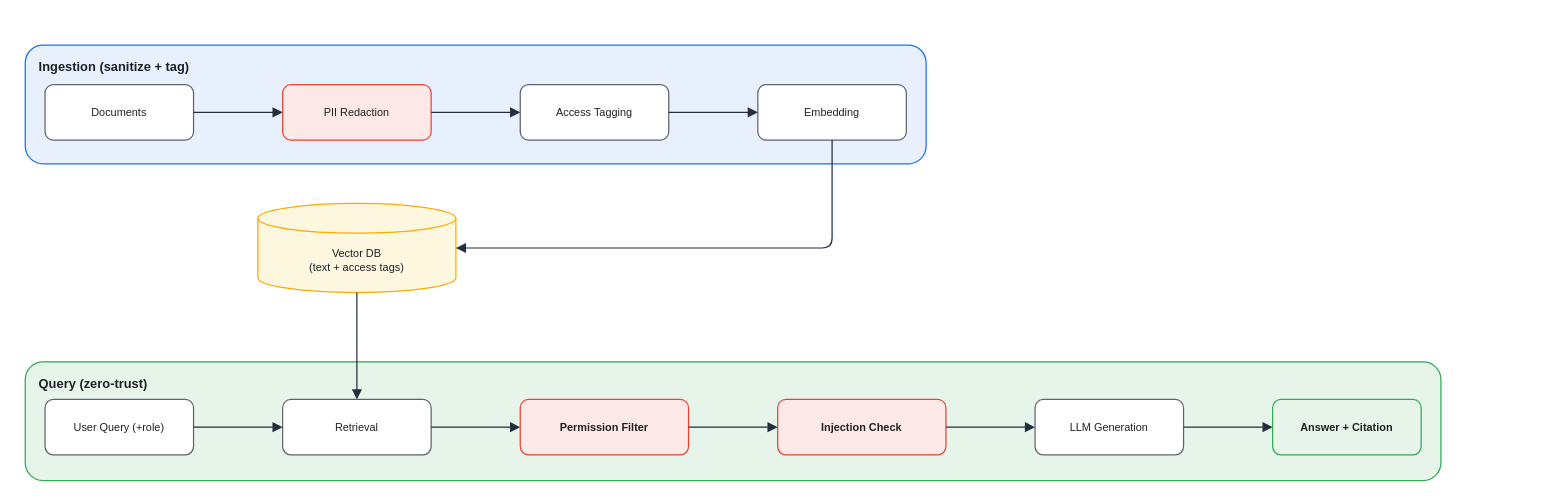
The draw.io diagram assets/img/ai/rag-05-secure-rag-flow.drawio in KKamJi98/kkamji98.github.io, before the edit. Source tidied: cells renumbered, new cells numbered last; positions are measured from the earlier drawing's top-left corner, leaving out a move shared by most shapes. Both pictures are drawn from the tidied source at 99%, with x=0, y=0 at pixel (25, 45).
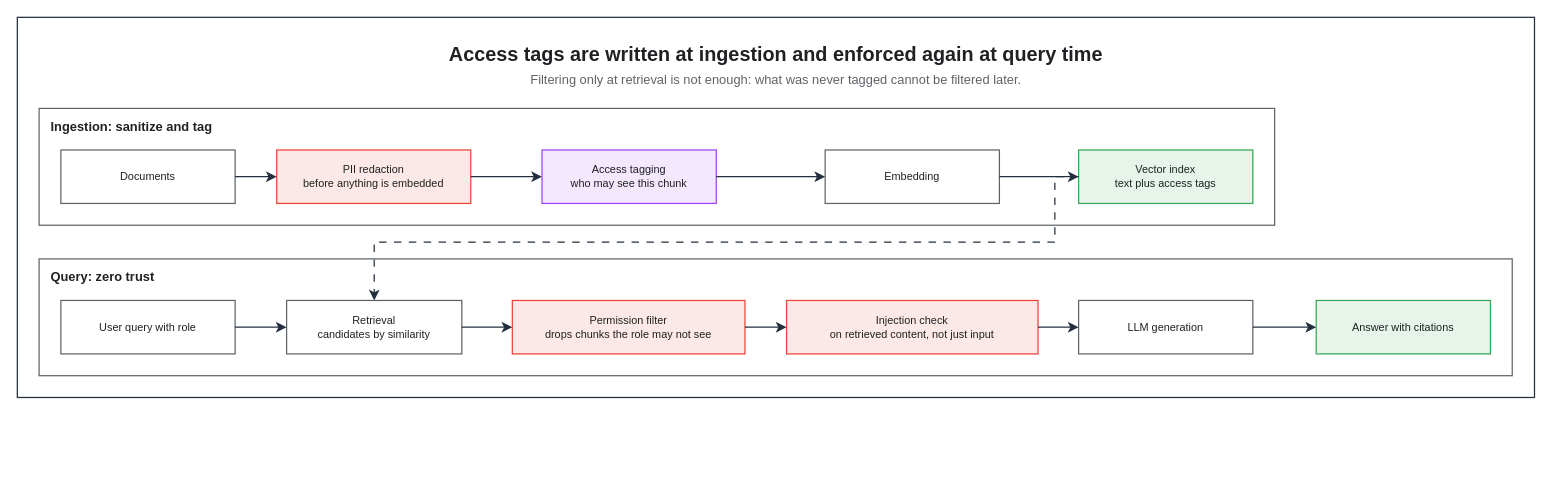
The same page after the edit.

Change to the diagram source:
```diff
@@
-    <mxCell id="2" value="Ingestion (sanitize + tag)" style="rounded=1;html=0;fillColor=#E8F0FE;strokeColor=#1A73E8;verticalAlign=top;align=left;fontStyle=1;fontSize=13;fontColor=#202124;spacingLeft=12;spacingTop=8;shadow=0;strokeWidth=1.25;" parent="1" vertex="1">
-      <mxGeometry width="910" height="120" as="geometry" />
-    </mxCell>
-    <mxCell id="3" value="Query (zero-trust)" style="rounded=1;html=0;fillColor=#E6F4EA;strokeColor=#34A853;verticalAlign=top;align=left;fontStyle=1;fontSize=13;fontColor=#202124;spacingLeft=12;spacingTop=8;shadow=0;strokeWidth=1.25;" parent="1" vertex="1">
-      <mxGeometry y="320" width="1430" height="120" as="geometry" />
-    </mxCell>
+    <mxCell id="25" style="rounded=0;html=0;fillColor=none;strokeColor=#232F3E;fontColor=#202124;strokeWidth=1.25;" parent="1" vertex="1">
+      <mxGeometry x="-8" y="-28" width="1532.5" height="384" as="geometry" />
+    </mxCell>
+    <mxCell id="26" value="Access tags are written at ingestion and enforced again at query time" style="text;html=0;whiteSpace=wrap;fillColor=none;strokeColor=none;fontColor=#202124;fontSize=20;fontStyle=1;align=center;verticalAlign=middle;" parent="1" vertex="1">
+      <mxGeometry x="14" y="-6" width="1488.5" height="30" as="geometry" />
+    </mxCell>
+    <mxCell id="27" value="Filtering only at retrieval is not enough: what was never tagged cannot be filtered later." style="text;html=0;whiteSpace=wrap;fillColor=none;strokeColor=none;fontColor=#5F6368;fontSize=13;fontStyle=0;align=center;verticalAlign=middle;" parent="1" vertex="1">
+      <mxGeometry x="14" y="24" width="1488.5" height="22" as="geometry" />
+    </mxCell>
+    <mxCell id="28" value="Ingestion: sanitize and tag" style="rounded=0;whiteSpace=wrap;html=0;fillColor=none;strokeColor=#5F6368;fontColor=#202124;fontSize=13;fontStyle=1;align=left;verticalAlign=top;spacingLeft=10;spacingTop=4;strokeWidth=1.25;dashed=0;" parent="1" vertex="1">
+      <mxGeometry x="14" y="64" width="1248" height="118" as="geometry" />
+    </mxCell>
+    <mxCell id="29" value="Query: zero trust" style="rounded=0;whiteSpace=wrap;html=0;fillColor=none;strokeColor=#5F6368;fontColor=#202124;fontSize=13;fontStyle=1;align=left;verticalAlign=top;spacingLeft=10;spacingTop=4;strokeWidth=1.25;dashed=0;" parent="1" vertex="1">
+      <mxGeometry x="14" y="216" width="1488" height="118" as="geometry" />
+    </mxCell>
-    <mxCell id="4" value="Documents" style="rounded=1;whiteSpace=wrap;html=0;fillColor=#FFFFFF;strokeColor=#5F6368;shadow=0;fontSize=11;fontColor=#202124;strokeWidth=1.25;" parent="1" vertex="1">
-      <mxGeometry x="20" y="40" width="150" height="56" as="geometry" />
+    <mxCell id="4" value="Documents" style="rounded=0;whiteSpace=wrap;html=0;fillColor=#FFFFFF;strokeColor=#5F6368;fontColor=#202124;fontSize=11;fontStyle=0;align=center;verticalAlign=middle;spacingLeft=6;spacingRight=6;strokeWidth=1.25;" parent="1" vertex="1">
+      <mxGeometry x="36" y="106" width="176" height="54" as="geometry" />
     </mxCell>
-    <mxCell id="5" value="PII Redaction" style="rounded=1;whiteSpace=wrap;html=0;fillColor=#FCE8E6;strokeColor=#EA4335;shadow=0;fontSize=11;fontColor=#202124;strokeWidth=1.25;" parent="1" vertex="1">
-      <mxGeometry x="260" y="40" width="150" height="56" as="geometry" />
+    <mxCell id="5" value="PII redaction&#10;before anything is embedded" style="rounded=0;whiteSpace=wrap;html=0;fillColor=#FCE8E6;strokeColor=#EA4335;fontColor=#202124;fontSize=11;fontStyle=0;align=center;verticalAlign=middle;spacingLeft=6;spacingRight=6;strokeWidth=1.25;" parent="1" vertex="1">
+      <mxGeometry x="254" y="106" width="196" height="54" as="geometry" />
     </mxCell>
-    <mxCell id="6" value="Access Tagging" style="rounded=1;whiteSpace=wrap;html=0;fillColor=#FFFFFF;strokeColor=#5F6368;shadow=0;fontSize=11;fontColor=#202124;strokeWidth=1.25;" parent="1" vertex="1">
-      <mxGeometry x="500" y="40" width="150" height="56" as="geometry" />
+    <mxCell id="6" value="Access tagging&#10;who may see this chunk" style="rounded=0;whiteSpace=wrap;html=0;fillColor=#F3E8FD;strokeColor=#A142F4;fontColor=#202124;fontSize=11;fontStyle=0;align=center;verticalAlign=middle;spacingLeft=6;spacingRight=6;strokeWidth=1.25;" parent="1" vertex="1">
+      <mxGeometry x="522" y="106" width="176" height="54" as="geometry" />
     </mxCell>
-    <mxCell id="7" value="Embedding" style="rounded=1;whiteSpace=wrap;html=0;fillColor=#FFFFFF;strokeColor=#5F6368;shadow=0;fontSize=11;fontColor=#202124;strokeWidth=1.25;" parent="1" vertex="1">
-      <mxGeometry x="740" y="40" width="150" height="56" as="geometry" />
+    <mxCell id="7" value="Embedding" style="rounded=0;whiteSpace=wrap;html=0;fillColor=#FFFFFF;strokeColor=#5F6368;fontColor=#202124;fontSize=11;fontStyle=0;align=center;verticalAlign=middle;spacingLeft=6;spacingRight=6;strokeWidth=1.25;" parent="1" vertex="1">
+      <mxGeometry x="808" y="106" width="176" height="54" as="geometry" />
     </mxCell>
-    <mxCell id="8" value="Vector DB&#10;(text + access tags)" style="shape=cylinder3;whiteSpace=wrap;html=0;fillColor=#FEF7E0;strokeColor=#F9AB00;shadow=0;fontSize=11;fontColor=#202124;boundedLbl=1;strokeWidth=1.25;" parent="1" vertex="1">
-      <mxGeometry x="235" y="160" width="200" height="90" as="geometry" />
+    <mxCell id="8" value="Vector index&#10;text plus access tags" style="rounded=0;whiteSpace=wrap;html=0;fillColor=#E6F4EA;strokeColor=#34A853;fontColor=#202124;fontSize=11;fontStyle=0;align=center;verticalAlign=middle;spacingLeft=6;spacingRight=6;strokeWidth=1.25;" parent="1" vertex="1">
+      <mxGeometry x="1064" y="106" width="176" height="54" as="geometry" />
     </mxCell>
-    <mxCell id="9" value="User Query (+role)" style="rounded=1;whiteSpace=wrap;html=0;fillColor=#FFFFFF;strokeColor=#5F6368;shadow=0;fontSize=11;fontColor=#202124;strokeWidth=1.25;" parent="1" vertex="1">
-      <mxGeometry x="20" y="358" width="150" height="56" as="geometry" />
+    <mxCell id="9" value="User query with role" style="rounded=0;whiteSpace=wrap;html=0;fillColor=#FFFFFF;strokeColor=#5F6368;fontColor=#202124;fontSize=11;fontStyle=0;align=center;verticalAlign=middle;spacingLeft=6;spacingRight=6;strokeWidth=1.25;" parent="1" vertex="1">
+      <mxGeometry x="36" y="258" width="176" height="54" as="geometry" />
     </mxCell>
-    <mxCell id="10" value="Retrieval" style="rounded=1;whiteSpace=wrap;html=0;fillColor=#FFFFFF;strokeColor=#5F6368;shadow=0;fontSize=11;fontColor=#202124;strokeWidth=1.25;" parent="1" vertex="1">
-      <mxGeometry x="260" y="358" width="150" height="56" as="geometry" />
+    <mxCell id="10" value="Retrieval&#10;candidates by similarity" style="rounded=0;whiteSpace=wrap;html=0;fillColor=#FFFFFF;strokeColor=#5F6368;fontColor=#202124;fontSize=11;fontStyle=0;align=center;verticalAlign=middle;spacingLeft=6;spacingRight=6;strokeWidth=1.25;" parent="1" vertex="1">
+      <mxGeometry x="264" y="258" width="177" height="54" as="geometry" />
     </mxCell>
-    <mxCell id="11" value="Permission Filter" style="rounded=1;whiteSpace=wrap;html=0;fillColor=#FCE8E6;strokeColor=#EA4335;shadow=0;fontSize=11;fontColor=#202124;fontStyle=1;strokeWidth=1.25;" parent="1" vertex="1">
-      <mxGeometry x="500" y="358" width="170" height="56" as="geometry" />
+    <mxCell id="11" value="Permission filter&#10;drops chunks the role may not see" style="rounded=0;whiteSpace=wrap;html=0;fillColor=#FCE8E6;strokeColor=#EA4335;fontColor=#202124;fontSize=11;fontStyle=0;align=center;verticalAlign=middle;spacingLeft=6;spacingRight=6;strokeWidth=1.25;" parent="1" vertex="1">
+      <mxGeometry x="492" y="258" width="235" height="54" as="geometry" />
     </mxCell>
-    <mxCell id="12" value="Injection Check" style="rounded=1;whiteSpace=wrap;html=0;fillColor=#FCE8E6;strokeColor=#EA4335;shadow=0;fontSize=11;fontColor=#202124;fontStyle=1;strokeWidth=1.25;" parent="1" vertex="1">
-      <mxGeometry x="760" y="358" width="170" height="56" as="geometry" />
+    <mxCell id="12" value="Injection check&#10;on retrieved content, not just input" style="rounded=0;whiteSpace=wrap;html=0;fillColor=#FCE8E6;strokeColor=#EA4335;fontColor=#202124;fontSize=11;fontStyle=0;align=center;verticalAlign=middle;spacingLeft=6;spacingRight=6;strokeWidth=1.25;" parent="1" vertex="1">
+      <mxGeometry x="769" y="258" width="254" height="54" as="geometry" />
     </mxCell>
-    <mxCell id="13" value="LLM Generation" style="rounded=1;whiteSpace=wrap;html=0;fillColor=#FFFFFF;strokeColor=#5F6368;shadow=0;fontSize=11;fontColor=#202124;strokeWidth=1.25;" parent="1" vertex="1">
-      <mxGeometry x="1020" y="358" width="150" height="56" as="geometry" />
+    <mxCell id="13" value="LLM generation" style="rounded=0;whiteSpace=wrap;html=0;fillColor=#FFFFFF;strokeColor=#5F6368;fontColor=#202124;fontSize=11;fontStyle=0;align=center;verticalAlign=middle;spacingLeft=6;spacingRight=6;strokeWidth=1.25;" parent="1" vertex="1">
+      <mxGeometry x="1064" y="258" width="176" height="54" as="geometry" />
     </mxCell>
-    <mxCell id="14" value="Answer + Citation" style="rounded=1;whiteSpace=wrap;html=0;fillColor=#E6F4EA;strokeColor=#34A853;shadow=0;fontSize=11;fontColor=#202124;fontStyle=1;strokeWidth=1.25;" parent="1" vertex="1">
-      <mxGeometry x="1260" y="358" width="150" height="56" as="geometry" />
+    <mxCell id="14" value="Answer with citations" style="rounded=0;whiteSpace=wrap;html=0;fillColor=#E6F4EA;strokeColor=#34A853;fontColor=#202124;fontSize=11;fontStyle=0;align=center;verticalAlign=middle;spacingLeft=6;spacingRight=6;strokeWidth=1.25;" parent="1" vertex="1">
+      <mxGeometry x="1304" y="258" width="176" height="54" as="geometry" />
     </mxCell>
-    <mxCell id="15" style="edgeStyle=orthogonalEdgeStyle;rounded=1;html=0;endArrow=block;strokeColor=#232F3E;strokeWidth=1.25;fontColor=#202124;endSize=7;" parent="1" edge="1" source="4" target="5">
+    <mxCell id="15" style="edgeStyle=orthogonalEdgeStyle;rounded=0;html=0;strokeColor=#232F3E;strokeWidth=1.25;endArrow=classic;endFill=1;endSize=7;fontSize=11;fontColor=#202124;labelBackgroundColor=none;jettySize=14;exitX=1;exitY=0.5;entryX=0;entryY=0.5;exitDx=0;exitDy=0;entryDx=0;entryDy=0;" parent="1" edge="1" source="4" target="5">
       <mxGeometry relative="1" as="geometry" />
     </mxCell>
-    <mxCell id="16" style="edgeStyle=orthogonalEdgeStyle;rounded=1;html=0;endArrow=block;strokeColor=#232F3E;strokeWidth=1.25;fontColor=#202124;endSize=7;" parent="1" edge="1" source="5" target="6">
+    <mxCell id="16" style="edgeStyle=orthogonalEdgeStyle;rounded=0;html=0;strokeColor=#232F3E;strokeWidth=1.25;endArrow=classic;endFill=1;endSize=7;fontSize=11;fontColor=#202124;labelBackgroundColor=none;jettySize=14;exitX=1;exitY=0.5;entryX=0;entryY=0.5;exitDx=0;exitDy=0;entryDx=0;entryDy=0;" parent="1" edge="1" source="5" target="6">
       <mxGeometry relative="1" as="geometry" />
     </mxCell>
-    <mxCell id="17" style="edgeStyle=orthogonalEdgeStyle;rounded=1;html=0;endArrow=block;strokeColor=#232F3E;strokeWidth=1.25;fontColor=#202124;endSize=7;" parent="1" edge="1" source="6" target="7">
+    <mxCell id="17" style="edgeStyle=orthogonalEdgeStyle;rounded=0;html=0;strokeColor=#232F3E;strokeWidth=1.25;endArrow=classic;endFill=1;endSize=7;fontSize=11;fontColor=#202124;labelBackgroundColor=none;jettySize=14;exitX=1;exitY=0.5;entryX=0;entryY=0.5;exitDx=0;exitDy=0;entryDx=0;entryDy=0;" parent="1" edge="1" source="6" target="7">
       <mxGeometry relative="1" as="geometry" />
     </mxCell>
-    <mxCell id="18" style="edgeStyle=orthogonalEdgeStyle;rounded=1;html=0;endArrow=block;strokeColor=#232F3E;strokeWidth=1.25;fontColor=#202124;fontSize=11;labelBackgroundColor=none;exitX=0.5;exitY=1;exitDx=0;exitDy=0;entryX=1;entryY=0.5;entryDx=0;entryDy=0;endSize=7;" parent="1" edge="1" source="7" target="8">
-      <mxGeometry relative="1" as="geometry">
-        <Array as="points">
-          <mxPoint x="815" y="205" />
-        </Array>
-      </mxGeometry>
+    <mxCell id="18" style="edgeStyle=orthogonalEdgeStyle;rounded=0;html=0;strokeColor=#232F3E;strokeWidth=1.25;endArrow=classic;endFill=1;endSize=7;fontSize=11;fontColor=#202124;labelBackgroundColor=none;jettySize=14;exitX=1;exitY=0.5;entryX=0;entryY=0.5;exitDx=0;exitDy=0;entryDx=0;entryDy=0;" parent="1" edge="1" source="7" target="8">
+      <mxGeometry relative="1" as="geometry" />
     </mxCell>
-    <mxCell id="19" style="edgeStyle=orthogonalEdgeStyle;rounded=1;html=0;endArrow=block;strokeColor=#232F3E;strokeWidth=1.25;fontColor=#202124;fontSize=11;labelBackgroundColor=none;exitX=0.5;exitY=1;exitDx=0;exitDy=0;entryX=0.5;entryY=0;entryDx=0;entryDy=0;endSize=7;" parent="1" edge="1" source="8" target="10">
-      <mxGeometry relative="1" as="geometry" />
-    </mxCell>
-    <mxCell id="20" style="edgeStyle=orthogonalEdgeStyle;rounded=1;html=0;endArrow=block;strokeColor=#232F3E;strokeWidth=1.25;fontColor=#202124;endSize=7;" parent="1" edge="1" source="9" target="10">
+    <mxCell id="20" style="edgeStyle=orthogonalEdgeStyle;rounded=0;html=0;strokeColor=#232F3E;strokeWidth=1.25;endArrow=classic;endFill=1;endSize=7;fontSize=11;fontColor=#202124;labelBackgroundColor=none;jettySize=14;exitX=1;exitY=0.5;entryX=0;entryY=0.5;exitDx=0;exitDy=0;entryDx=0;entryDy=0;" parent="1" edge="1" source="9" target="10">
       <mxGeometry relative="1" as="geometry" />
     </mxCell>
-    <mxCell id="21" style="edgeStyle=orthogonalEdgeStyle;rounded=1;html=0;endArrow=block;strokeColor=#232F3E;strokeWidth=1.25;fontColor=#202124;fontSize=11;labelBackgroundColor=none;endSize=7;" parent="1" edge="1" source="10" target="11">
+    <mxCell id="21" style="edgeStyle=orthogonalEdgeStyle;rounded=0;html=0;strokeColor=#232F3E;strokeWidth=1.25;endArrow=classic;endFill=1;endSize=7;fontSize=11;fontColor=#202124;labelBackgroundColor=none;jettySize=14;exitX=1;exitY=0.5;entryX=0;entryY=0.5;exitDx=0;exitDy=0;entryDx=0;entryDy=0;" parent="1" edge="1" source="10" target="11">
       <mxGeometry relative="1" as="geometry" />
     </mxCell>
-    <mxCell id="22" style="edgeStyle=orthogonalEdgeStyle;rounded=1;html=0;endArrow=block;strokeColor=#232F3E;strokeWidth=1.25;fontColor=#202124;endSize=7;" parent="1" edge="1" source="11" target="12">
+    <mxCell id="22" style="edgeStyle=orthogonalEdgeStyle;rounded=0;html=0;strokeColor=#232F3E;strokeWidth=1.25;endArrow=classic;endFill=1;endSize=7;fontSize=11;fontColor=#202124;labelBackgroundColor=none;jettySize=14;exitX=1;exitY=0.5;entryX=0;entryY=0.5;exitDx=0;exitDy=0;entryDx=0;entryDy=0;" parent="1" edge="1" source="11" target="12">
       <mxGeometry relative="1" as="geometry" />
     </mxCell>
-    <mxCell id="23" style="edgeStyle=orthogonalEdgeStyle;rounded=1;html=0;endArrow=block;strokeColor=#232F3E;strokeWidth=1.25;fontColor=#202124;endSize=7;" parent="1" edge="1" source="12" target="13">
+    <mxCell id="23" style="edgeStyle=orthogonalEdgeStyle;rounded=0;html=0;strokeColor=#232F3E;strokeWidth=1.25;endArrow=classic;endFill=1;endSize=7;fontSize=11;fontColor=#202124;labelBackgroundColor=none;jettySize=14;exitX=1;exitY=0.5;entryX=0;entryY=0.5;exitDx=0;exitDy=0;entryDx=0;entryDy=0;" parent="1" edge="1" source="12" target="13">
       <mxGeometry relative="1" as="geometry" />
     </mxCell>
-    <mxCell id="24" style="edgeStyle=orthogonalEdgeStyle;rounded=1;html=0;endArrow=block;strokeColor=#232F3E;strokeWidth=1.25;fontColor=#202124;endSize=7;" parent="1" edge="1" source="13" target="14">
+    <mxCell id="24" style="edgeStyle=orthogonalEdgeStyle;rounded=0;html=0;strokeColor=#232F3E;strokeWidth=1.25;endArrow=classic;endFill=1;endSize=7;fontSize=11;fontColor=#202124;labelBackgroundColor=none;jettySize=14;exitX=1;exitY=0.5;entryX=0;entryY=0.5;exitDx=0;exitDy=0;entryDx=0;entryDy=0;" parent="1" edge="1" source="13" target="14">
       <mxGeometry relative="1" as="geometry" />
     </mxCell>
+    <mxCell id="19" style="edgeStyle=orthogonalEdgeStyle;rounded=0;html=0;strokeColor=#232F3E;strokeWidth=1.25;endArrow=classic;endFill=1;endSize=7;fontSize=11;fontColor=#202124;labelBackgroundColor=none;jettySize=14;dashed=1;dashPattern=6 6;exitX=0;exitY=0.5;entryX=0.5;entryY=0;exitDx=0;exitDy=0;entryDx=0;entryDy=0;" parent="1" edge="1" source="8" target="10">
+      <mxGeometry relative="1" as="geometry">
+        <Array as="points">
+          <mxPoint x="1040" y="133" />
+          <mxPoint x="1040" y="199" />
+          <mxPoint x="352.5" y="199" />
+        </Array>
+      </mxGeometry>
+    </mxCell>
```
